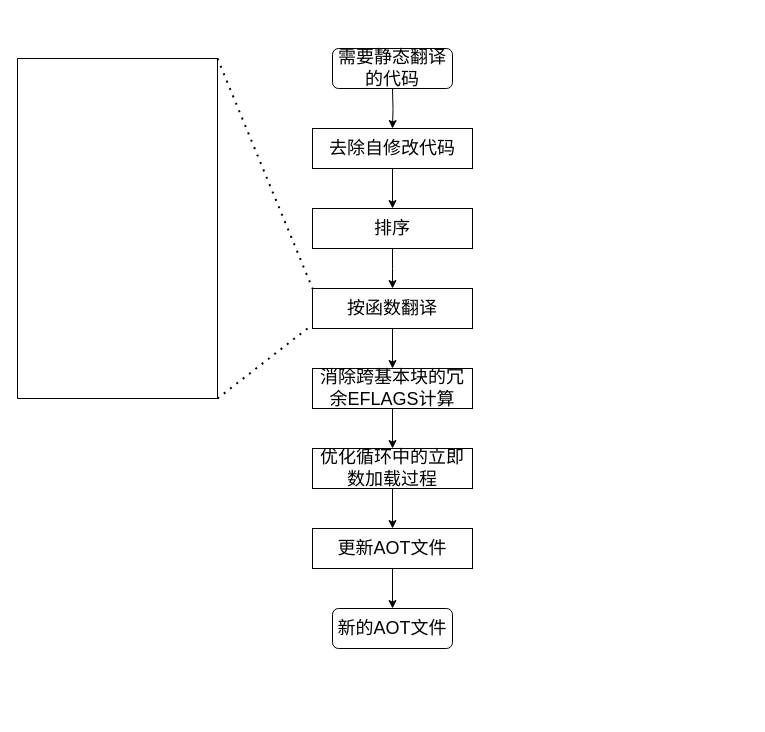
Before: page "第 32 页" (32 of 37) of lajit.drawio in ganjue66da/ganjue66da, a draw.io diagram. Source tidied: cells renumbered, new cells numbered last; positions are measured from the earlier drawing's top-left corner, leaving out a move shared by most shapes. Both pictures are drawn from the tidied source at 100%, with x=0, y=0 at pixel (17, 48).
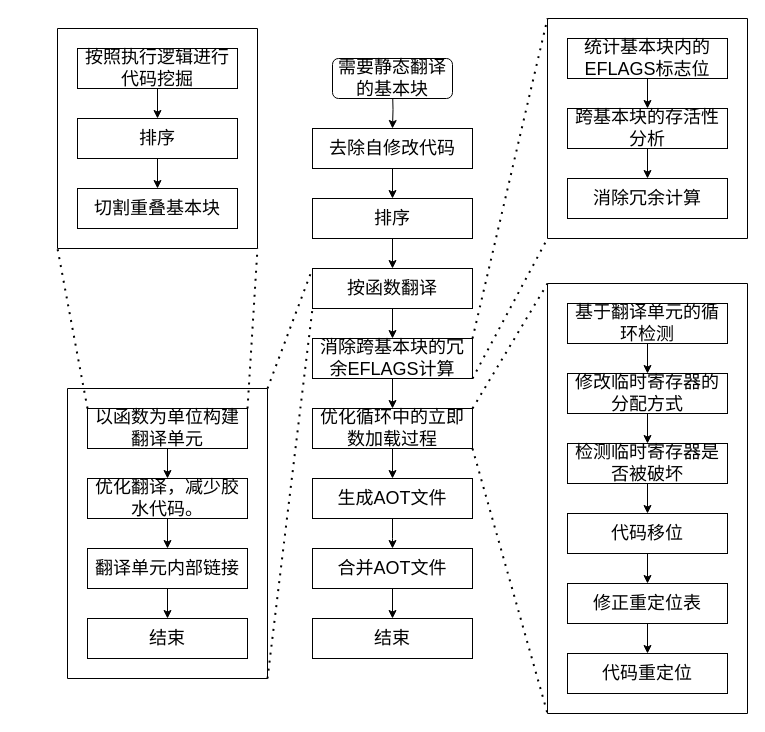
Above is the later version.

Diff of the diagram source:
```diff
@@
-    <mxCell id="5" style="edgeStyle=orthogonalEdgeStyle;rounded=0;jettySize=auto;html=1;fontSize=18;" parent="1" edge="1" source="6">
-      <mxGeometry relative="1" as="geometry">
-        <mxPoint x="375" y="240" as="targetPoint" />
-      </mxGeometry>
-    </mxCell>
+    <mxCell id="20" style="edgeStyle=orthogonalEdgeStyle;rounded=0;jettySize=auto;html=1;exitX=0.5;exitY=1;exitDx=0;exitDy=0;entryX=0.5;entryY=0;entryDx=0;entryDy=0;" parent="1" edge="1" source="6" target="9">
+      <mxGeometry relative="1" as="geometry" />
+    </mxCell>
     <mxCell id="6" value="排序" style="rounded=0;whiteSpace=wrap;html=1;fontSize=18;fillColor=none;" parent="1" vertex="1">
-      <mxGeometry x="295" y="160" width="160" height="40" as="geometry" />
+      <mxGeometry x="295" y="150" width="160" height="40" as="geometry" />
     </mxCell>
-    <mxCell id="7" value="&lt;font style=&quot;font-size: 18px;&quot;&gt;需要静态翻译的代码&lt;/font&gt;" style="rounded=1;whiteSpace=wrap;html=1;" parent="1" vertex="1">
-      <mxGeometry x="315" width="120" height="40" as="geometry" />
+    <mxCell id="7" value="&lt;font style=&quot;font-size: 18px;&quot;&gt;需要静态翻译的基本块&lt;/font&gt;" style="rounded=1;whiteSpace=wrap;html=1;" parent="1" vertex="1">
+      <mxGeometry x="315" y="10" width="120" height="40" as="geometry" />
     </mxCell>
@@
     <mxCell id="9" value="按函数翻译" style="rounded=0;whiteSpace=wrap;html=1;fontSize=18;fillColor=none;" parent="1" vertex="1">
-      <mxGeometry x="295" y="240" width="160" height="40" as="geometry" />
+      <mxGeometry x="295" y="220" width="160" height="40" as="geometry" />
     </mxCell>
@@
     <mxCell id="11" value="消除跨基本块的冗余EFLAGS计算" style="rounded=0;whiteSpace=wrap;html=1;fontSize=18;fillColor=none;" parent="1" vertex="1">
-      <mxGeometry x="295" y="320" width="160" height="40" as="geometry" />
+      <mxGeometry x="295" y="290" width="160" height="40" as="geometry" />
     </mxCell>
@@
     <mxCell id="13" value="优化循环中的立即数加载过程" style="rounded=0;whiteSpace=wrap;html=1;fontSize=18;fillColor=none;" parent="1" vertex="1">
-      <mxGeometry x="295" y="400" width="160" height="40" as="geometry" />
+      <mxGeometry x="295" y="360" width="160" height="40" as="geometry" />
     </mxCell>
-    <mxCell id="14" style="edgeStyle=orthogonalEdgeStyle;rounded=0;jettySize=auto;html=1;" parent="1" edge="1" source="15" target="16">
-      <mxGeometry relative="1" as="geometry" />
+    <mxCell id="14" style="edgeStyle=orthogonalEdgeStyle;rounded=0;jettySize=auto;html=1;" parent="1" edge="1" source="15">
+      <mxGeometry relative="1" as="geometry">
+        <mxPoint x="375" y="500" as="targetPoint" />
+      </mxGeometry>
     </mxCell>
-    <mxCell id="15" value="更新AOT文件" style="rounded=0;whiteSpace=wrap;html=1;fontSize=18;fillColor=none;" parent="1" vertex="1">
-      <mxGeometry x="295" y="480" width="160" height="40" as="geometry" />
+    <mxCell id="15" value="生成AOT文件" style="rounded=0;whiteSpace=wrap;html=1;fontSize=18;fillColor=none;" parent="1" vertex="1">
+      <mxGeometry x="295" y="430" width="160" height="40" as="geometry" />
     </mxCell>
-    <mxCell id="16" value="&lt;font style=&quot;font-size: 18px;&quot;&gt;新的AOT文件&lt;/font&gt;" style="rounded=1;whiteSpace=wrap;html=1;" parent="1" vertex="1">
-      <mxGeometry x="315" y="560" width="120" height="40" as="geometry" />
-    </mxCell>
@@
     <mxCell id="18" style="swimlane;startSize=0;" parent="1" vertex="1">
-      <mxGeometry y="10" width="200" height="340" as="geometry" />
+      <mxGeometry x="50" y="340" width="200" height="290" as="geometry" />
     </mxCell>
+    <mxCell id="21" value="以函数为单位构建翻译单元" style="rounded=0;whiteSpace=wrap;html=1;fontSize=18;fillColor=none;" parent="18" vertex="1">
+      <mxGeometry x="20" y="20" width="160" height="40" as="geometry" />
+    </mxCell>
+    <mxCell id="22" value="优化翻译，减少胶水代码。" style="rounded=0;whiteSpace=wrap;html=1;fontSize=18;fillColor=none;" parent="18" vertex="1">
+      <mxGeometry x="20" y="90" width="160" height="40" as="geometry" />
+    </mxCell>
+    <mxCell id="23" style="edgeStyle=orthogonalEdgeStyle;rounded=0;jettySize=auto;html=1;" parent="18" edge="1" source="21" target="22">
+      <mxGeometry relative="1" as="geometry" />
+    </mxCell>
+    <mxCell id="24" style="edgeStyle=orthogonalEdgeStyle;rounded=0;jettySize=auto;html=1;" parent="18" edge="1" source="25" target="27">
+      <mxGeometry relative="1" as="geometry" />
+    </mxCell>
+    <mxCell id="25" value="翻译单元内部链接" style="rounded=0;whiteSpace=wrap;html=1;fontSize=18;fillColor=none;" parent="18" vertex="1">
+      <mxGeometry x="20" y="160" width="160" height="40" as="geometry" />
+    </mxCell>
+    <mxCell id="26" style="edgeStyle=orthogonalEdgeStyle;rounded=0;jettySize=auto;html=1;" parent="18" edge="1" source="22" target="25">
+      <mxGeometry relative="1" as="geometry" />
+    </mxCell>
+    <mxCell id="27" value="结束" style="rounded=0;whiteSpace=wrap;html=1;fontSize=18;fillColor=none;" parent="18" vertex="1">
+      <mxGeometry x="20" y="230" width="160" height="40" as="geometry" />
+    </mxCell>
-    <mxCell id="19" style="endArrow=none;dashed=1;html=1;dashPattern=1 3;strokeWidth=2;rounded=0;exitX=1;exitY=1;exitDx=0;exitDy=0;" parent="1" edge="1" source="18">
-      <mxGeometry relative="1" as="geometry">
-        <mxPoint x="290" y="280" as="targetPoint" />
-      </mxGeometry>
+    <mxCell id="19" style="endArrow=none;dashed=1;html=1;dashPattern=1 3;strokeWidth=2;rounded=0;exitX=1;exitY=1;exitDx=0;exitDy=0;entryX=0;entryY=1;entryDx=0;entryDy=0;" parent="1" edge="1" source="18" target="9">
+      <mxGeometry relative="1" as="geometry" />
     </mxCell>
+    <mxCell id="28" style="swimlane;startSize=0;" parent="1" vertex="1">
+      <mxGeometry x="40" y="-20" width="200" height="220" as="geometry" />
+    </mxCell>
+    <mxCell id="29" value="排序" style="rounded=0;whiteSpace=wrap;html=1;fontSize=18;fillColor=none;" parent="28" vertex="1">
+      <mxGeometry x="20" y="90" width="160" height="40" as="geometry" />
+    </mxCell>
+    <mxCell id="30" value="切割重叠基本块" style="rounded=0;whiteSpace=wrap;html=1;fontSize=18;fillColor=none;" parent="28" vertex="1">
+      <mxGeometry x="20" y="160" width="160" height="40" as="geometry" />
+    </mxCell>
+    <mxCell id="31" style="edgeStyle=orthogonalEdgeStyle;rounded=0;jettySize=auto;html=1;" parent="28" edge="1" source="29" target="30">
+      <mxGeometry relative="1" as="geometry" />
+    </mxCell>
+    <mxCell id="32" style="edgeStyle=orthogonalEdgeStyle;rounded=0;jettySize=auto;html=1;exitX=0.5;exitY=1;exitDx=0;exitDy=0;entryX=0.5;entryY=0;entryDx=0;entryDy=0;" parent="28" edge="1" source="33" target="29">
+      <mxGeometry relative="1" as="geometry" />
+    </mxCell>
+    <mxCell id="33" value="按照执行逻辑进行代码挖掘" style="rounded=0;whiteSpace=wrap;html=1;fontSize=18;fillColor=none;" parent="28" vertex="1">
+      <mxGeometry x="20" y="20" width="160" height="40" as="geometry" />
+    </mxCell>
+    <mxCell id="34" style="endArrow=none;dashed=1;html=1;dashPattern=1 3;strokeWidth=2;rounded=0;entryX=0;entryY=1;entryDx=0;entryDy=0;exitX=0;exitY=0;exitDx=0;exitDy=0;" parent="1" edge="1" source="21" target="28">
+      <mxGeometry relative="1" as="geometry" />
+    </mxCell>
+    <mxCell id="35" style="endArrow=none;dashed=1;html=1;dashPattern=1 3;strokeWidth=2;rounded=0;entryX=1;entryY=1;entryDx=0;entryDy=0;exitX=1;exitY=0;exitDx=0;exitDy=0;" parent="1" edge="1" source="21" target="28">
+      <mxGeometry relative="1" as="geometry" />
+    </mxCell>
+    <mxCell id="36" style="swimlane;startSize=0;" parent="1" vertex="1">
+      <mxGeometry x="530" y="-30" width="200" height="220" as="geometry" />
+    </mxCell>
+    <mxCell id="37" value="统计基本块内的EFLAGS标志位" style="rounded=0;whiteSpace=wrap;html=1;fontSize=18;fillColor=none;" parent="36" vertex="1">
+      <mxGeometry x="20" y="20" width="160" height="40" as="geometry" />
+    </mxCell>
+    <mxCell id="38" value="跨基本块的存活性分析" style="rounded=0;whiteSpace=wrap;html=1;fontSize=18;fillColor=none;" parent="36" vertex="1">
+      <mxGeometry x="20" y="90" width="160" height="40" as="geometry" />
+    </mxCell>
+    <mxCell id="39" style="edgeStyle=orthogonalEdgeStyle;rounded=0;jettySize=auto;html=1;" parent="36" edge="1" source="37" target="38">
+      <mxGeometry relative="1" as="geometry" />
+    </mxCell>
+    <mxCell id="40" value="消除冗余计算" style="rounded=0;whiteSpace=wrap;html=1;fontSize=18;fillColor=none;" parent="36" vertex="1">
+      <mxGeometry x="20" y="160" width="160" height="40" as="geometry" />
+    </mxCell>
+    <mxCell id="41" style="edgeStyle=orthogonalEdgeStyle;rounded=0;jettySize=auto;html=1;" parent="36" edge="1" source="38" target="40">
+      <mxGeometry relative="1" as="geometry" />
+    </mxCell>
+    <mxCell id="42" style="endArrow=none;dashed=1;html=1;dashPattern=1 3;strokeWidth=2;rounded=0;exitX=1;exitY=0;exitDx=0;exitDy=0;entryX=0;entryY=0;entryDx=0;entryDy=0;" parent="1" edge="1" source="11" target="36">
+      <mxGeometry relative="1" as="geometry" />
+    </mxCell>
+    <mxCell id="43" style="endArrow=none;dashed=1;html=1;dashPattern=1 3;strokeWidth=2;rounded=0;exitX=1;exitY=1;exitDx=0;exitDy=0;entryX=0;entryY=1;entryDx=0;entryDy=0;" parent="1" edge="1" source="11" target="36">
+      <mxGeometry relative="1" as="geometry" />
+    </mxCell>
+    <mxCell id="44" style="swimlane;startSize=0;" parent="1" vertex="1">
+      <mxGeometry x="530" y="235" width="200" height="430" as="geometry" />
+    </mxCell>
+    <mxCell id="45" value="基于翻译单元的循环检测" style="rounded=0;whiteSpace=wrap;html=1;fontSize=18;fillColor=none;" parent="44" vertex="1">
+      <mxGeometry x="20" y="20" width="160" height="40" as="geometry" />
+    </mxCell>
+    <mxCell id="46" value="修改临时寄存器的分配方式" style="rounded=0;whiteSpace=wrap;html=1;fontSize=18;fillColor=none;" parent="44" vertex="1">
+      <mxGeometry x="20" y="90" width="160" height="40" as="geometry" />
+    </mxCell>
+    <mxCell id="47" style="edgeStyle=orthogonalEdgeStyle;rounded=0;jettySize=auto;html=1;" parent="44" edge="1" source="45" target="46">
+      <mxGeometry relative="1" as="geometry" />
+    </mxCell>
+    <mxCell id="48" value="检测临时寄存器是否被破坏" style="rounded=0;whiteSpace=wrap;html=1;fontSize=18;fillColor=none;" parent="44" vertex="1">
+      <mxGeometry x="20" y="160" width="160" height="40" as="geometry" />
+    </mxCell>
+    <mxCell id="49" style="edgeStyle=orthogonalEdgeStyle;rounded=0;jettySize=auto;html=1;" parent="44" edge="1" source="46" target="48">
+      <mxGeometry relative="1" as="geometry" />
+    </mxCell>
+    <mxCell id="50" value="代码移位" style="rounded=0;whiteSpace=wrap;html=1;fontSize=18;fillColor=none;" parent="44" vertex="1">
+      <mxGeometry x="20" y="230" width="160" height="40" as="geometry" />
+    </mxCell>
+    <mxCell id="51" style="edgeStyle=orthogonalEdgeStyle;rounded=0;jettySize=auto;html=1;" parent="44" edge="1" source="48" target="50">
+      <mxGeometry relative="1" as="geometry" />
+    </mxCell>
+    <mxCell id="52" value="修正重定位表" style="rounded=0;whiteSpace=wrap;html=1;fontSize=18;fillColor=none;" parent="44" vertex="1">
+      <mxGeometry x="20" y="300" width="160" height="40" as="geometry" />
+    </mxCell>
+    <mxCell id="53" style="edgeStyle=orthogonalEdgeStyle;rounded=0;jettySize=auto;html=1;" parent="44" edge="1" source="50" target="52">
+      <mxGeometry relative="1" as="geometry" />
+    </mxCell>
+    <mxCell id="54" value="代码重定位" style="rounded=0;whiteSpace=wrap;html=1;fontSize=18;fillColor=none;" parent="44" vertex="1">
+      <mxGeometry x="20" y="370" width="160" height="40" as="geometry" />
+    </mxCell>
+    <mxCell id="55" style="edgeStyle=orthogonalEdgeStyle;rounded=0;jettySize=auto;html=1;" parent="44" edge="1" source="52" target="54">
+      <mxGeometry relative="1" as="geometry" />
+    </mxCell>
+    <mxCell id="56" style="endArrow=none;dashed=1;html=1;dashPattern=1 3;strokeWidth=2;rounded=0;exitX=1;exitY=0;exitDx=0;exitDy=0;entryX=0;entryY=0;entryDx=0;entryDy=0;" parent="1" edge="1" source="13" target="44">
+      <mxGeometry relative="1" as="geometry" />
+    </mxCell>
+    <mxCell id="57" style="endArrow=none;dashed=1;html=1;dashPattern=1 3;strokeWidth=2;rounded=0;exitX=1;exitY=1;exitDx=0;exitDy=0;entryX=0;entryY=1;entryDx=0;entryDy=0;" parent="1" edge="1" source="13" target="44">
+      <mxGeometry relative="1" as="geometry" />
+    </mxCell>
+    <mxCell id="58" style="edgeStyle=orthogonalEdgeStyle;rounded=0;jettySize=auto;html=1;" parent="1" edge="1" source="59" target="60">
+      <mxGeometry relative="1" as="geometry" />
+    </mxCell>
+    <mxCell id="59" value="合并AOT文件" style="rounded=0;whiteSpace=wrap;html=1;fontSize=18;fillColor=none;" parent="1" vertex="1">
+      <mxGeometry x="295" y="500" width="160" height="40" as="geometry" />
+    </mxCell>
+    <mxCell id="60" value="结束" style="rounded=0;whiteSpace=wrap;html=1;fontSize=18;fillColor=none;" parent="1" vertex="1">
+      <mxGeometry x="295" y="570" width="160" height="40" as="geometry" />
+    </mxCell>
```
